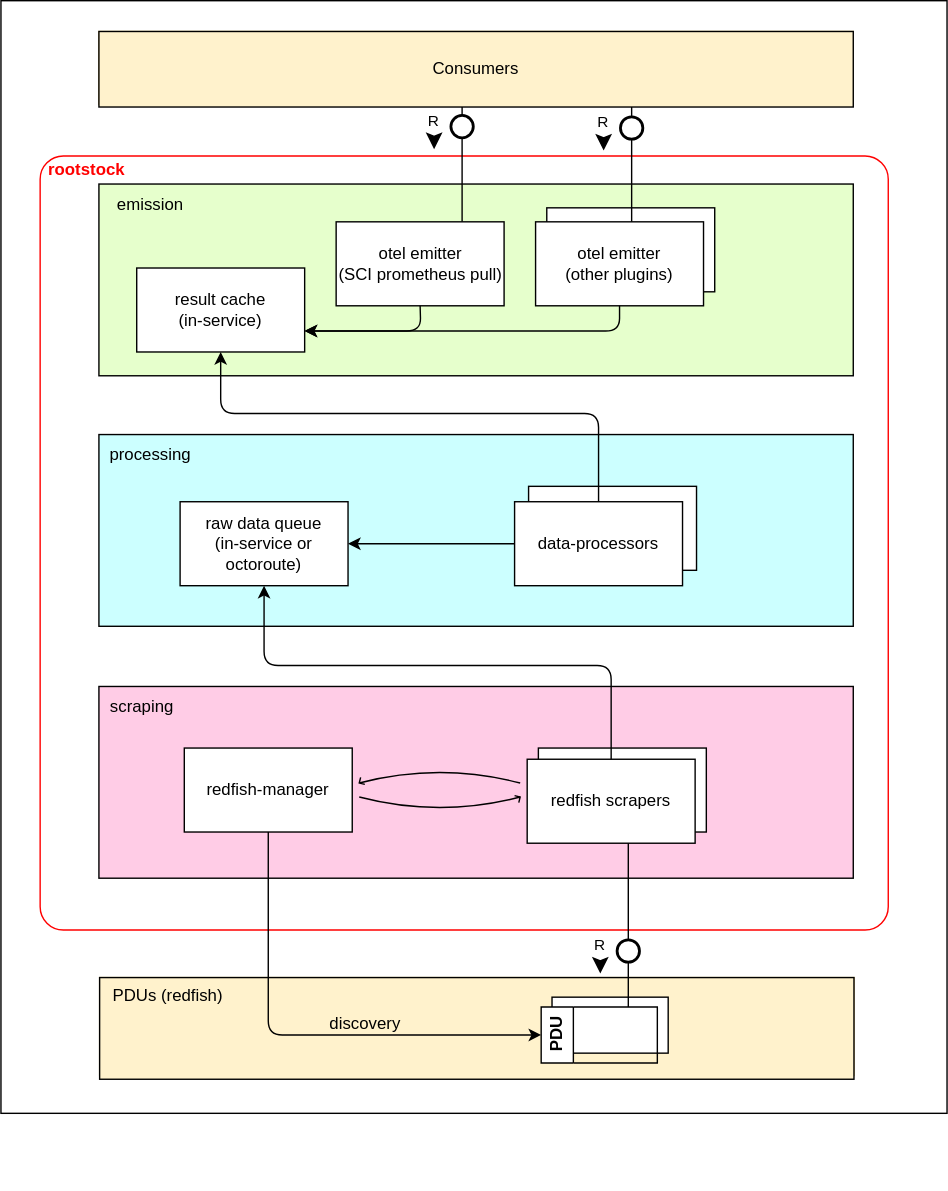
The draw.io diagram docs/design/package_architecture.svg in cloudoperators/rootstock, before a commit. Source tidied: cells renumbered, new cells last; positions are measured from the earlier drawing's top-left corner, leaving out a move shared by most shapes. Source of this version:
```xml
<mxGraphModel>
  <root>
    <mxCell id="0" />
    <mxCell id="1" parent="0" />
    <mxCell id="2" value="Best viewed with the &lt;a href=&quot;https://github.com/ariel-bentu/tam-drawio&quot;&gt;TAM plugin&lt;/a&gt;" style="text;html=1;shape=tamPluginMissing;" parent="1" vertex="1">
      <mxGeometry x="238" y="825" width="200" height="25" as="geometry" />
    </mxCell>
    <mxCell id="3" style="group;" parent="1" vertex="1">
      <mxGeometry width="676" height="795" as="geometry" />
    </mxCell>
    <mxCell id="4" style="rounded=0;whiteSpace=wrap;html=1;" parent="3" vertex="1">
      <mxGeometry width="676" height="795" as="geometry" />
    </mxCell>
    <mxCell id="5" style="rounded=1;whiteSpace=wrap;html=1;arcSize=3;fillColor=none;strokeColor=#FF0000;" parent="3" vertex="1">
      <mxGeometry x="28" y="111" width="606" height="553" as="geometry" />
    </mxCell>
    <mxCell id="6" style="group;" parent="3" vertex="1">
      <mxGeometry x="70" y="310" width="539" height="146" as="geometry" />
    </mxCell>
    <mxCell id="7" style="rounded=0;whiteSpace=wrap;html=1;fillColor=#CCFFFF;" parent="6" vertex="1">
      <mxGeometry width="539" height="137" as="geometry" />
    </mxCell>
    <mxCell id="8" value="processing" style="text;html=1;align=center;verticalAlign=middle;whiteSpace=wrap;rounded=0;" parent="6" vertex="1">
      <mxGeometry x="7" width="60" height="30" as="geometry" />
    </mxCell>
    <mxCell id="9" style="group;" parent="6" vertex="1">
      <mxGeometry y="-179" width="539" height="132" as="geometry" />
    </mxCell>
    <mxCell id="10" style="rounded=0;whiteSpace=wrap;html=1;fillColor=#E6FFCC;" parent="9" vertex="1">
      <mxGeometry width="539" height="137" as="geometry" />
    </mxCell>
    <mxCell id="11" value="emission" style="text;html=1;align=center;verticalAlign=middle;whiteSpace=wrap;rounded=0;" parent="9" vertex="1">
      <mxGeometry x="7" width="60" height="30" as="geometry" />
    </mxCell>
    <mxCell id="12" style="group;" parent="6" vertex="1">
      <mxGeometry x="297" y="37" width="130" height="71" as="geometry" />
    </mxCell>
    <mxCell id="13" value="data-enrichment" style="rounded=0;whiteSpace=wrap;html=1;" parent="12" vertex="1">
      <mxGeometry x="10" width="120" height="60" as="geometry" />
    </mxCell>
    <mxCell id="14" value="data-processors" style="rounded=0;whiteSpace=wrap;html=1;" parent="12" vertex="1">
      <mxGeometry y="11" width="120" height="60" as="geometry" />
    </mxCell>
    <mxCell id="15" value="raw data queue&lt;div&gt;(in-service or octoroute)&lt;/div&gt;" style="rounded=0;whiteSpace=wrap;html=1;" parent="6" vertex="1">
      <mxGeometry x="58" y="48" width="120" height="60" as="geometry" />
    </mxCell>
    <mxCell id="16" style="edgeStyle=none;html=1;" parent="6" edge="1" source="14" target="15">
      <mxGeometry relative="1" as="geometry" />
    </mxCell>
    <mxCell id="17" style="group;" parent="3" vertex="1">
      <mxGeometry x="70" y="490" width="539" height="137" as="geometry" />
    </mxCell>
    <mxCell id="18" style="rounded=0;whiteSpace=wrap;html=1;fillColor=#FFCCE6;" parent="17" vertex="1">
      <mxGeometry width="539" height="137" as="geometry" />
    </mxCell>
    <mxCell id="19" value="scraping" style="text;html=1;align=center;verticalAlign=middle;whiteSpace=wrap;rounded=0;" parent="17" vertex="1">
      <mxGeometry x="1" width="60" height="30" as="geometry" />
    </mxCell>
    <mxCell id="20" value="otel emitter&lt;div&gt;(SCI prometheus pull)&lt;/div&gt;" style="rounded=0;whiteSpace=wrap;html=1;" parent="3" vertex="1">
      <mxGeometry x="239.5" y="158" width="120" height="60" as="geometry" />
    </mxCell>
    <mxCell id="21" style="group;" parent="3" vertex="1">
      <mxGeometry x="382" y="148" width="128" height="70" as="geometry" />
    </mxCell>
    <mxCell id="22" value="otel emitter&lt;div&gt;(other plugins)&lt;/div&gt;" style="rounded=0;whiteSpace=wrap;html=1;" parent="21" vertex="1">
      <mxGeometry x="8" width="120" height="60" as="geometry" />
    </mxCell>
    <mxCell id="23" value="otel emitter&lt;div&gt;(other plugins)&lt;/div&gt;" style="rounded=0;whiteSpace=wrap;html=1;" parent="21" vertex="1">
      <mxGeometry y="10" width="120" height="60" as="geometry" />
    </mxCell>
    <mxCell id="24" value="result cache&lt;div&gt;(in-service)&lt;/div&gt;" style="rounded=0;whiteSpace=wrap;html=1;" parent="3" vertex="1">
      <mxGeometry x="97" y="191" width="120" height="60" as="geometry" />
    </mxCell>
    <mxCell id="25" value="redfish-manager" style="rounded=0;whiteSpace=wrap;html=1;" parent="3" vertex="1">
      <mxGeometry x="131" y="534" width="120" height="60" as="geometry" />
    </mxCell>
    <mxCell id="26" style="group;" parent="3" vertex="1">
      <mxGeometry x="376" y="534" width="128" height="68" as="geometry" />
    </mxCell>
    <mxCell id="27" value="redfish scraper" style="rounded=0;whiteSpace=wrap;html=1;" parent="26" vertex="1">
      <mxGeometry x="8" width="120" height="60" as="geometry" />
    </mxCell>
    <mxCell id="28" value="redfish scrapers" style="rounded=0;whiteSpace=wrap;html=1;" parent="26" vertex="1">
      <mxGeometry y="8" width="120" height="60" as="geometry" />
    </mxCell>
    <mxCell id="29" style="group;fillColor=#FFF2CC;strokeColor=#d6b656;" parent="3" vertex="1">
      <mxGeometry x="70" y="22" width="539" height="52" as="geometry" />
    </mxCell>
    <mxCell id="30" value="Consumers" style="rounded=0;whiteSpace=wrap;html=1;fillColor=#FFF2CC;" parent="29" vertex="1">
      <mxGeometry width="539" height="54" as="geometry" />
    </mxCell>
    <mxCell id="31" style="group;fillColor=#FFF2CC;strokeColor=#d6b656;" parent="3" vertex="1">
      <mxGeometry x="70.5" y="698" width="539" height="70" as="geometry" />
    </mxCell>
    <mxCell id="32" style="rounded=0;whiteSpace=wrap;html=1;fillColor=#FFF2CC;" parent="31" vertex="1">
      <mxGeometry width="539" height="72.7" as="geometry" />
    </mxCell>
    <mxCell id="33" value="PDUs (redfish)" style="text;html=1;align=center;verticalAlign=middle;strokeColor=none;fillColor=none;" parent="31" vertex="1">
      <mxGeometry width="97" height="26" as="geometry" />
    </mxCell>
    <mxCell id="34" style="group;" parent="31" vertex="1">
      <mxGeometry x="315.5" y="14" width="90.8" height="47" as="geometry" />
    </mxCell>
    <mxCell id="35" style="rounded=0;whiteSpace=wrap;html=1;fillColor=#FFFFFF;" parent="34" vertex="1">
      <mxGeometry x="7.8" width="83" height="40" as="geometry" />
    </mxCell>
    <mxCell id="36" value="PDU" style="swimlane;horizontal=0;whiteSpace=wrap;html=1;fillColor=#FFFFFF;fillStyle=solid;" parent="34" vertex="1">
      <mxGeometry y="7" width="83" height="40" as="geometry" />
    </mxCell>
    <mxCell id="37" value="discovery" style="text;html=1;align=center;verticalAlign=middle;strokeColor=none;fillColor=none;" parent="31" vertex="1">
      <mxGeometry x="154.5" y="20" width="69" height="26" as="geometry" />
    </mxCell>
    <mxCell id="38" style="edgeStyle=orthogonalEdgeStyle;html=1;labelBackgroundColor=none;rounded=1;elbow=horizontal;endArrow=classic;endFill=1;align=left;exitX=0.5;exitY=1;exitDx=0;exitDy=0;entryX=0;entryY=0.5;entryDx=0;entryDy=0;" parent="3" edge="1" source="25" target="36">
      <mxGeometry relative="1" as="geometry" />
    </mxCell>
    <mxCell id="39" style="shape=useedge;vertical=true;edgeStyle=none;endArrow=none;useSignPosition=left;useSignDirection=south;entryX=0.5;entryY=1;entryDx=0;entryDy=0;exitX=0.75;exitY=0;exitDx=0;exitDy=0;dx=12;dy=77;" parent="3" edge="1" source="36" target="28">
      <mxGeometry relative="1" as="geometry" />
    </mxCell>
    <mxCell id="40" style="edgeStyle=elbowEdgeStyle;html=1;labelBackgroundColor=none;rounded=1;elbow=vertical;endArrow=classic;endFill=1;align=center;entryX=0.5;entryY=1;entryDx=0;entryDy=0;exitX=0.5;exitY=0;exitDx=0;exitDy=0;" parent="3" edge="1" source="28" target="15">
      <mxGeometry relative="1" as="geometry">
        <Array as="points">
          <mxPoint x="294" y="475" />
        </Array>
      </mxGeometry>
    </mxCell>
    <mxCell id="41" style="edgeStyle=elbowEdgeStyle;html=1;labelBackgroundColor=none;rounded=1;elbow=vertical;endArrow=classic;endFill=1;align=center;entryX=0.5;entryY=1;entryDx=0;entryDy=0;exitX=0.5;exitY=0;exitDx=0;exitDy=0;" parent="3" edge="1" source="14" target="24">
      <mxGeometry relative="1" as="geometry">
        <Array as="points">
          <mxPoint x="292" y="295" />
        </Array>
      </mxGeometry>
    </mxCell>
    <mxCell id="42" style="shape=useedge;vertical=true;edgeStyle=none;endArrow=none;useSignPosition=left;useSignDirection=south;exitX=0.75;exitY=0;exitDx=0;exitDy=0;dx=8;dy=14;" parent="3" edge="1" source="20" target="30">
      <mxGeometry relative="1" as="geometry" />
    </mxCell>
    <mxCell id="43" style="shape=useedge;vertical=true;edgeStyle=none;endArrow=none;useSignPosition=left;useSignDirection=south;entryX=0.75;entryY=1;entryDx=0;entryDy=0;dx=8;dy=15;" parent="3" edge="1" source="23" target="30">
      <mxGeometry relative="1" as="geometry" />
    </mxCell>
    <mxCell id="44" style="edgeStyle=elbowEdgeStyle;html=1;labelBackgroundColor=none;rounded=1;elbow=horizontal;endArrow=classic;endFill=1;align=left;exitX=0.5;exitY=1;exitDx=0;exitDy=0;entryX=1;entryY=0.75;entryDx=0;entryDy=0;" parent="3" edge="1" source="20" target="24">
      <mxGeometry relative="1" as="geometry">
        <Array as="points">
          <mxPoint x="300" y="230" />
        </Array>
      </mxGeometry>
    </mxCell>
    <mxCell id="45" style="edgeStyle=elbowEdgeStyle;html=1;labelBackgroundColor=none;rounded=1;elbow=horizontal;endArrow=classic;endFill=1;align=left;exitX=0.5;exitY=1;exitDx=0;exitDy=0;entryX=1;entryY=0.75;entryDx=0;entryDy=0;" parent="3" edge="1" source="23" target="24">
      <mxGeometry relative="1" as="geometry">
        <Array as="points">
          <mxPoint x="442" y="233" />
        </Array>
      </mxGeometry>
    </mxCell>
    <mxCell id="46" style="shape=updateedge;endArrow=none;exitX=1;exitY=0.5;exitDx=0;exitDy=0;entryX=0;entryY=0.5;entryDx=0;entryDy=0;" parent="3" edge="1" source="25" target="28">
      <mxGeometry relative="1" as="geometry" />
    </mxCell>
    <mxCell id="47" value="rootstock" style="text;align=center;verticalAlign=middle;strokeColor=none;fillColor=none;fontColor=#FF0000;fontStyle=1;" parent="3" vertex="1">
      <mxGeometry x="28" y="107" width="67" height="26" as="geometry" />
    </mxCell>
  </root>
</mxGraphModel>
```
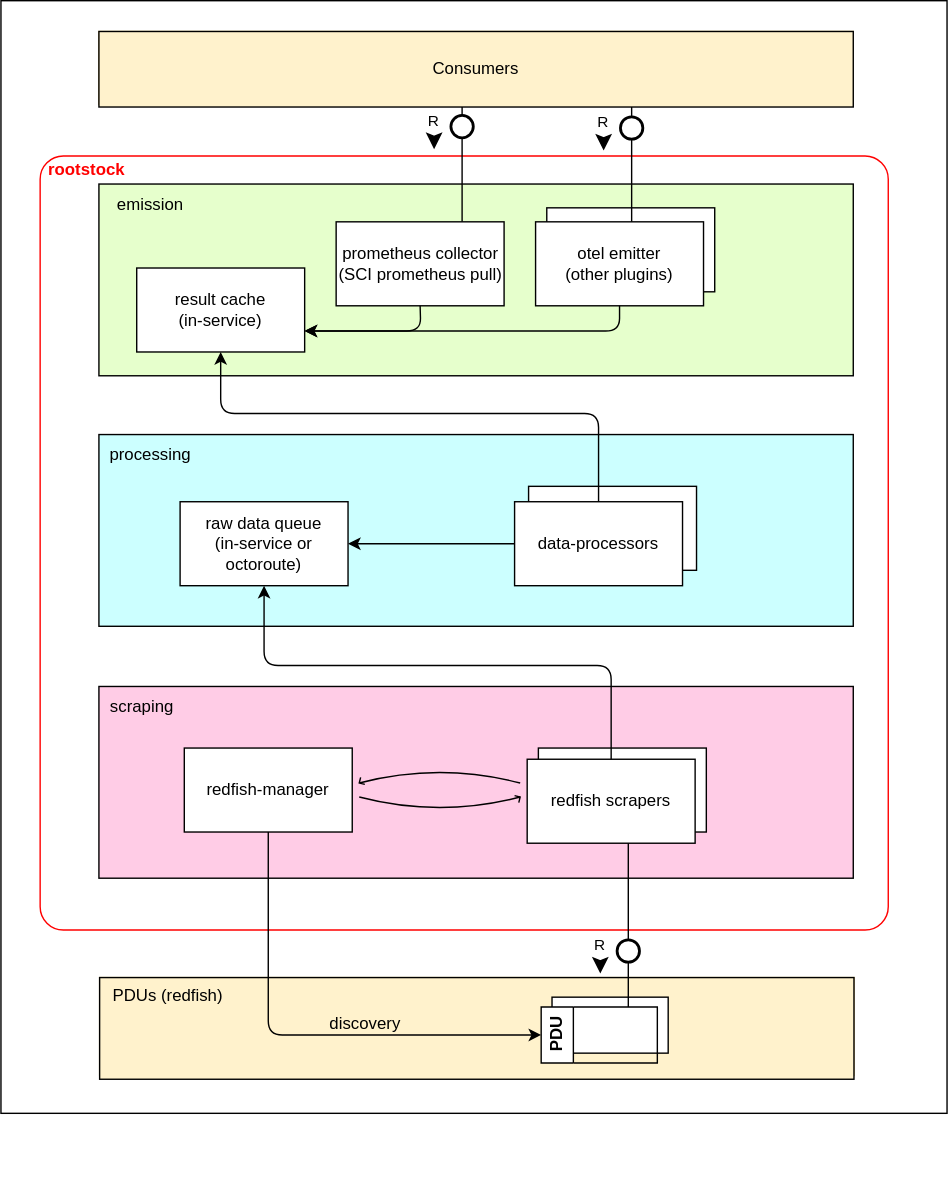
After the change.

The edit, as a diff of the source:
```diff
@@ -56,7 +56,7 @@
     <mxCell id="19" value="scraping" style="text;html=1;align=center;verticalAlign=middle;whiteSpace=wrap;rounded=0;" parent="17" vertex="1">
       <mxGeometry x="1" width="60" height="30" as="geometry" />
     </mxCell>
-    <mxCell id="20" value="otel emitter&lt;div&gt;(SCI prometheus pull)&lt;/div&gt;" style="rounded=0;whiteSpace=wrap;html=1;" parent="3" vertex="1">
+    <mxCell id="20" value="prometheus collector&lt;div&gt;(SCI prometheus pull)&lt;/div&gt;" style="rounded=0;whiteSpace=wrap;html=1;" parent="3" vertex="1">
       <mxGeometry x="239.5" y="158" width="120" height="60" as="geometry" />
     </mxCell>
     <mxCell id="21" style="group;" parent="3" vertex="1">
```
